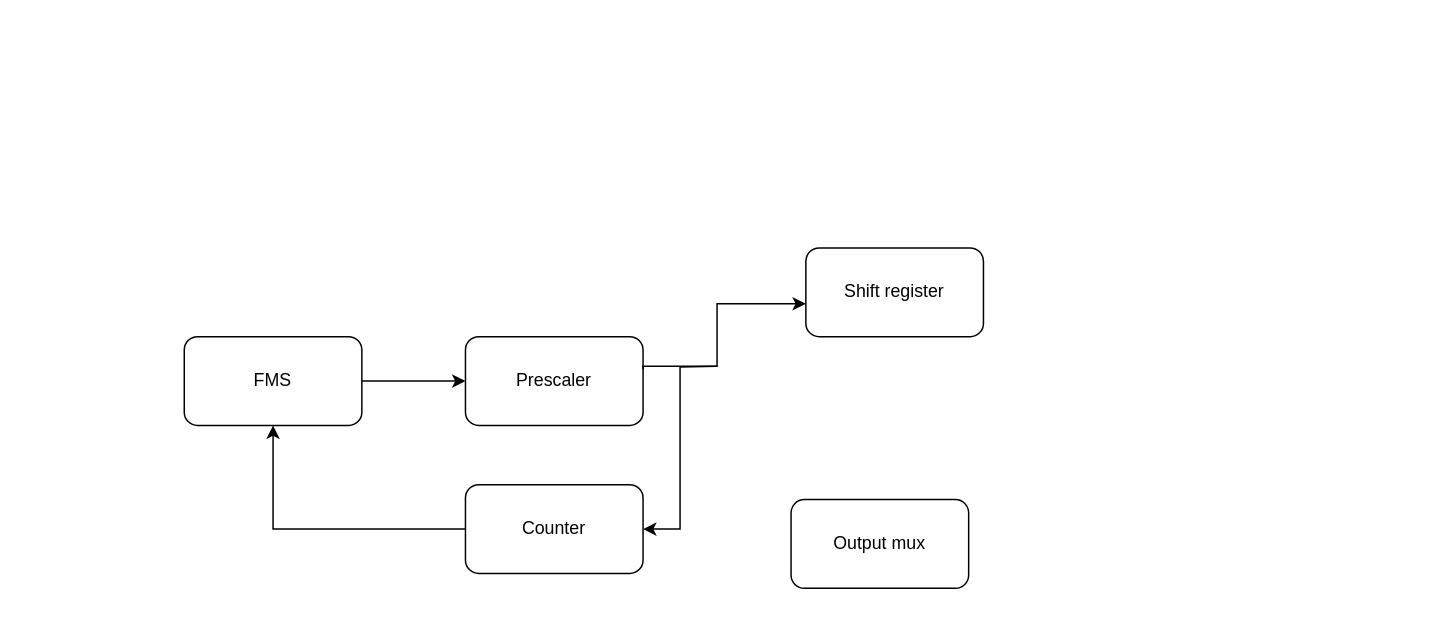
Before: docs/uart.drawio in mikemontilla/uart, a draw.io diagram. Source tidied: cells renumbered, new cells numbered last; positions are measured from the earlier drawing's top-left corner, leaving out a move shared by most shapes. Both pictures are drawn from the tidied source at 148%, with x=0, y=0 at pixel (184, 247).
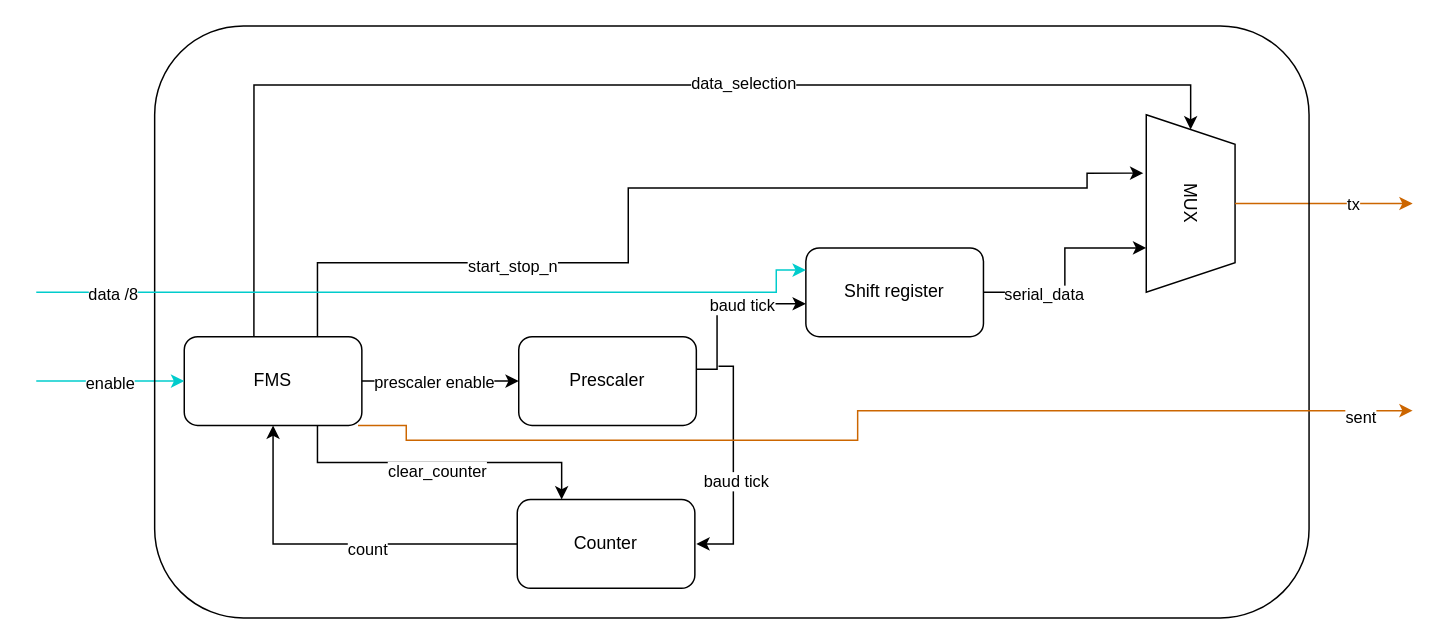
After the change.

Commit message (it also covers changes not shown here):
Add Stage 1 internal block diagram

Describe how the state machine drives the prescaler, counter, shift
register and output MUX, and include the block diagram exported from
draw.io along with its updated source.

The change refers to these unchanged cells:
```xml
<mxCell id="2" value="FMS" style="rounded=1;whiteSpace=wrap;html=1;roundedPerimeter=1;" parent="1" vertex="1">
  <mxGeometry y="60" width="120" height="60" as="geometry" />
</mxCell>
<mxCell id="4" value="Shift register" style="rounded=1;whiteSpace=wrap;html=1;roundedPerimeter=1;" parent="1" vertex="1">
  <mxGeometry x="420" width="120" height="60" as="geometry" />
</mxCell>
<mxCell id="7" style="endArrow=classic;html=1;rounded=0;defaultLabelBackgroundColor=page;exitX=1;exitY=0.5;exitDx=0;exitDy=0;" parent="1" edge="1" source="2" target="5">
  <mxGeometry relative="1" as="geometry" />
</mxCell>
<mxCell id="9" style="endArrow=classic;html=1;rounded=0;defaultLabelBackgroundColor=page;entryX=0.5;entryY=1;entryDx=0;entryDy=0;exitX=0;exitY=0.5;exitDx=0;exitDy=0;edgeStyle=orthogonalEdgeStyle;" parent="1" edge="1" source="3" target="2">
  <mxGeometry relative="1" as="geometry" />
</mxCell>
```

Change to the diagram source:
```diff
@@
     <mxCell id="3" value="Counter" style="rounded=1;whiteSpace=wrap;html=1;roundedPerimeter=1;" parent="1" vertex="1">
-      <mxGeometry x="190" y="160" width="120" height="60" as="geometry" />
+      <mxGeometry x="225" y="170" width="120" height="60" as="geometry" />
     </mxCell>
@@
     <mxCell id="5" value="Prescaler" style="rounded=1;whiteSpace=wrap;html=1;roundedPerimeter=1;" parent="1" vertex="1">
-      <mxGeometry x="190" y="60" width="120" height="60" as="geometry" />
+      <mxGeometry x="226" y="60" width="120" height="60" as="geometry" />
     </mxCell>
     <mxCell id="6" style="endArrow=classic;html=1;rounded=0;defaultLabelBackgroundColor=page;entryX=0.007;entryY=0.627;entryDx=0;entryDy=0;exitX=0.989;exitY=0.37;exitDx=0;exitDy=0;edgeStyle=orthogonalEdgeStyle;" parent="1" edge="1" source="5" target="4">
       <mxGeometry x="-0.57" relative="1" as="geometry">
         <Array as="points">
-          <mxPoint x="310" y="80" />
-          <mxPoint x="360" y="80" />
+          <mxPoint x="360" y="82" />
           <mxPoint x="360" y="37.7" />
         </Array>
       </mxGeometry>
     </mxCell>
+    <mxCell id="11" value="baud tick" style="edgeLabel;html=1;align=center;verticalAlign=middle;inheritText=1;defaultLabelBackgroundColor=page;" parent="6" vertex="1">
+      <mxGeometry x="0.27" y="-1" relative="1" as="geometry" />
+    </mxCell>
@@
+    <mxCell id="12" value="prescaler enable" style="edgeLabel;html=1;align=center;verticalAlign=middle;inheritText=1;defaultLabelBackgroundColor=page;" parent="7" vertex="1">
+      <mxGeometry x="-0.09" relative="1" as="geometry" />
+    </mxCell>
-    <mxCell id="8" style="endArrow=classic;html=1;rounded=0;defaultLabelBackgroundColor=page;entryX=1;entryY=0.5;entryDx=0;entryDy=0;edgeStyle=orthogonalEdgeStyle;" parent="1" edge="1" target="3">
-      <mxGeometry relative="1" as="geometry">
-        <mxPoint x="360" y="80" as="sourcePoint" />
+    <mxCell id="8" style="endArrow=classic;html=1;rounded=0;defaultLabelBackgroundColor=page;entryX=1;entryY=0.5;entryDx=0;entryDy=0;edgeStyle=orthogonalEdgeStyle;" parent="1" edge="1">
+      <mxGeometry x="-0.03" relative="1" as="geometry">
+        <mxPoint x="361" y="80" as="sourcePoint" />
+        <mxPoint x="346" y="200" as="targetPoint" />
+        <Array as="points">
+          <mxPoint x="371" y="80" />
+          <mxPoint x="371" y="200" />
+        </Array>
       </mxGeometry>
     </mxCell>
+    <mxCell id="13" value="baud tick" style="edgeLabel;html=1;align=center;verticalAlign=middle;inheritText=1;defaultLabelBackgroundColor=page;" parent="8" vertex="1">
+      <mxGeometry x="0.12" y="1" relative="1" as="geometry" />
+    </mxCell>
@@
-    <mxCell id="10" value="Output mux" style="rounded=1;whiteSpace=wrap;html=1;roundedPerimeter=1;" parent="1" vertex="1">
-      <mxGeometry x="410" y="170" width="120" height="60" as="geometry" />
-    </mxCell>
+    <mxCell id="14" value="count" style="edgeLabel;html=1;align=center;verticalAlign=middle;inheritText=1;defaultLabelBackgroundColor=page;" parent="9" vertex="1">
+      <mxGeometry x="-0.17" y="3" relative="1" as="geometry" />
+    </mxCell>
+    <mxCell id="15" value="MUX" style="shape=trapezoid;perimeter=trapezoidPerimeter;whiteSpace=wrap;html=1;shapeInside=1;fixedSize=1;size=20;rotation=90;" parent="1" vertex="1">
+      <mxGeometry x="620" y="-60" width="120" height="60" as="geometry" />
+    </mxCell>
+    <mxCell id="16" style="endArrow=classic;html=1;rounded=0;defaultLabelBackgroundColor=page;entryX=0.75;entryY=1;entryDx=0;entryDy=0;exitX=1;exitY=0.5;exitDx=0;exitDy=0;edgeStyle=orthogonalEdgeStyle;" parent="1" edge="1" source="4" target="15">
+      <mxGeometry x="-0.01" relative="1" as="geometry" />
+    </mxCell>
+    <mxCell id="17" value="serial_data" style="edgeLabel;html=1;align=center;verticalAlign=middle;inheritText=1;defaultLabelBackgroundColor=page;" parent="16" vertex="1">
+      <mxGeometry x="-0.43" y="-1" relative="1" as="geometry" />
+    </mxCell>
+    <mxCell id="18" style="endArrow=classic;html=1;rounded=0;defaultLabelBackgroundColor=page;exitX=0.75;exitY=0;exitDx=0;exitDy=0;entryX=0.329;entryY=1.033;entryDx=0;entryDy=0;entryPerimeter=0;edgeStyle=orthogonalEdgeStyle;" parent="1" edge="1" source="2" target="15">
+      <mxGeometry relative="1" as="geometry">
+        <Array as="points">
+          <mxPoint x="90" y="10" />
+          <mxPoint x="300" y="10" />
+          <mxPoint x="300" y="-40.5" />
+          <mxPoint x="610" y="-40.5" />
+          <mxPoint x="610" y="-50.5" />
+        </Array>
+      </mxGeometry>
+    </mxCell>
+    <mxCell id="19" value="start_stop_n" style="edgeLabel;html=1;align=center;verticalAlign=middle;inheritText=1;defaultLabelBackgroundColor=page;" parent="18" vertex="1">
+      <mxGeometry x="-0.46" y="-2" relative="1" as="geometry" />
+    </mxCell>
+    <mxCell id="20" style="endArrow=classic;html=1;rounded=0;defaultLabelBackgroundColor=page;exitX=0.384;exitY=-0.038;exitDx=0;exitDy=0;entryX=0;entryY=0.5;entryDx=0;entryDy=0;edgeStyle=orthogonalEdgeStyle;" parent="1" edge="1" source="2" target="15">
+      <mxGeometry relative="1" as="geometry">
+        <Array as="points">
+          <mxPoint x="47.1" y="-110" />
+          <mxPoint x="680" y="-110" />
+        </Array>
+      </mxGeometry>
+    </mxCell>
+    <mxCell id="21" value="data_selection" style="edgeLabel;html=1;align=center;verticalAlign=middle;inheritText=1;defaultLabelBackgroundColor=page;" parent="20" vertex="1">
+      <mxGeometry x="0.2" y="2" relative="1" as="geometry" />
+    </mxCell>
+    <mxCell id="22" style="endArrow=classic;html=1;rounded=0;defaultLabelBackgroundColor=page;entryX=0;entryY=0.5;entryDx=0;entryDy=0;strokeColor=#00CCCC;" parent="1" edge="1" target="2">
+      <mxGeometry relative="1" as="geometry">
+        <mxPoint x="-100" y="90" as="sourcePoint" />
+      </mxGeometry>
+    </mxCell>
+    <mxCell id="23" value="enable" style="edgeLabel;html=1;align=center;verticalAlign=middle;inheritText=1;defaultLabelBackgroundColor=page;" parent="22" vertex="1">
+      <mxGeometry x="-0.02" y="-1" relative="1" as="geometry" />
+    </mxCell>
+    <mxCell id="24" style="endArrow=classic;html=1;rounded=0;defaultLabelBackgroundColor=page;entryX=0.25;entryY=0;entryDx=0;entryDy=0;edgeStyle=orthogonalEdgeStyle;exitX=0.75;exitY=1;exitDx=0;exitDy=0;" parent="1" edge="1" source="2" target="3">
+      <mxGeometry x="-0.01" relative="1" as="geometry" />
+    </mxCell>
+    <mxCell id="25" value="clear_counter" style="edgeLabel;html=1;align=center;verticalAlign=middle;inheritText=1;defaultLabelBackgroundColor=page;" parent="24" vertex="1">
+      <mxGeometry x="-0.02" y="-5" relative="1" as="geometry" />
+    </mxCell>
+    <mxCell id="26" style="endArrow=classic;html=1;rounded=0;defaultLabelBackgroundColor=page;exitX=0.5;exitY=0;exitDx=0;exitDy=0;strokeColor=#CC6600;" parent="1" edge="1" source="15">
+      <mxGeometry relative="1" as="geometry">
+        <mxPoint x="830" y="-30" as="targetPoint" />
+      </mxGeometry>
+    </mxCell>
+    <mxCell id="27" value="tx" style="edgeLabel;html=1;align=center;verticalAlign=middle;inheritText=1;defaultLabelBackgroundColor=page;" parent="26" vertex="1">
+      <mxGeometry x="-0.47" relative="1" as="geometry">
+        <mxPoint x="47" as="offset" />
+      </mxGeometry>
+    </mxCell>
+    <mxCell id="28" value=" " style="rounded=1;whiteSpace=wrap;html=1;roundedPerimeter=1;fillColor=none;" parent="1" vertex="1">
+      <mxGeometry x="-20" y="-150" width="780" height="400" as="geometry" />
+    </mxCell>
+    <mxCell id="29" style="endArrow=classic;html=1;rounded=0;defaultLabelBackgroundColor=page;entryX=0;entryY=0.25;entryDx=0;entryDy=0;edgeStyle=orthogonalEdgeStyle;strokeColor=#00CCCC;" parent="1" edge="1" target="4">
+      <mxGeometry relative="1" as="geometry">
+        <mxPoint x="-100" y="30" as="sourcePoint" />
+        <Array as="points">
+          <mxPoint x="400" y="30" />
+          <mxPoint x="400" y="15" />
+        </Array>
+      </mxGeometry>
+    </mxCell>
+    <mxCell id="30" value="data /8" style="edgeLabel;html=1;align=center;verticalAlign=middle;inheritText=1;defaultLabelBackgroundColor=page;" parent="29" vertex="1">
+      <mxGeometry x="-0.78" y="-1" relative="1" as="geometry">
+        <mxPoint x="-8" as="offset" />
+      </mxGeometry>
+    </mxCell>
+    <mxCell id="31" style="endArrow=classic;html=1;rounded=0;defaultLabelBackgroundColor=page;exitX=1;exitY=1;exitDx=0;exitDy=0;edgeStyle=orthogonalEdgeStyle;strokeColor=#CC6600;" parent="1" edge="1" source="2">
+      <mxGeometry x="-0.02" relative="1" as="geometry">
+        <mxPoint x="830" y="110" as="targetPoint" />
+        <Array as="points">
+          <mxPoint x="117.4" y="120" />
+          <mxPoint x="150" y="120" />
+          <mxPoint x="150" y="130" />
+          <mxPoint x="455" y="130" />
+          <mxPoint x="455" y="110" />
+        </Array>
+      </mxGeometry>
+    </mxCell>
+    <mxCell id="32" value="sent" style="edgeLabel;html=1;align=center;verticalAlign=middle;inheritText=1;defaultLabelBackgroundColor=page;" parent="31" vertex="1">
+      <mxGeometry x="0.76" y="-4" relative="1" as="geometry">
+        <mxPoint x="54" as="offset" />
+      </mxGeometry>
+    </mxCell>
```
